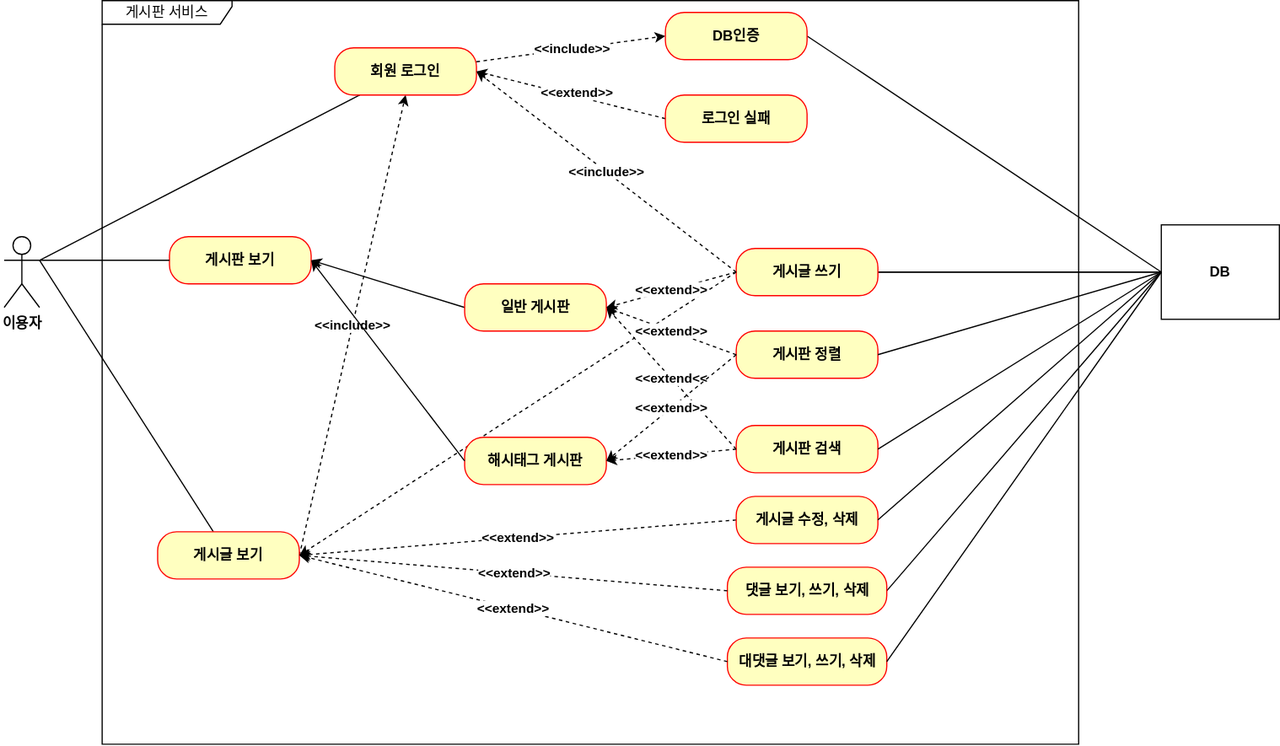
Above: document/use-case.svg in Junobee25/project-board (draw.io), before the change. Source tidied: cells renumbered, new cells last; positions are measured from the earlier drawing's top-left corner, leaving out a move shared by most shapes.
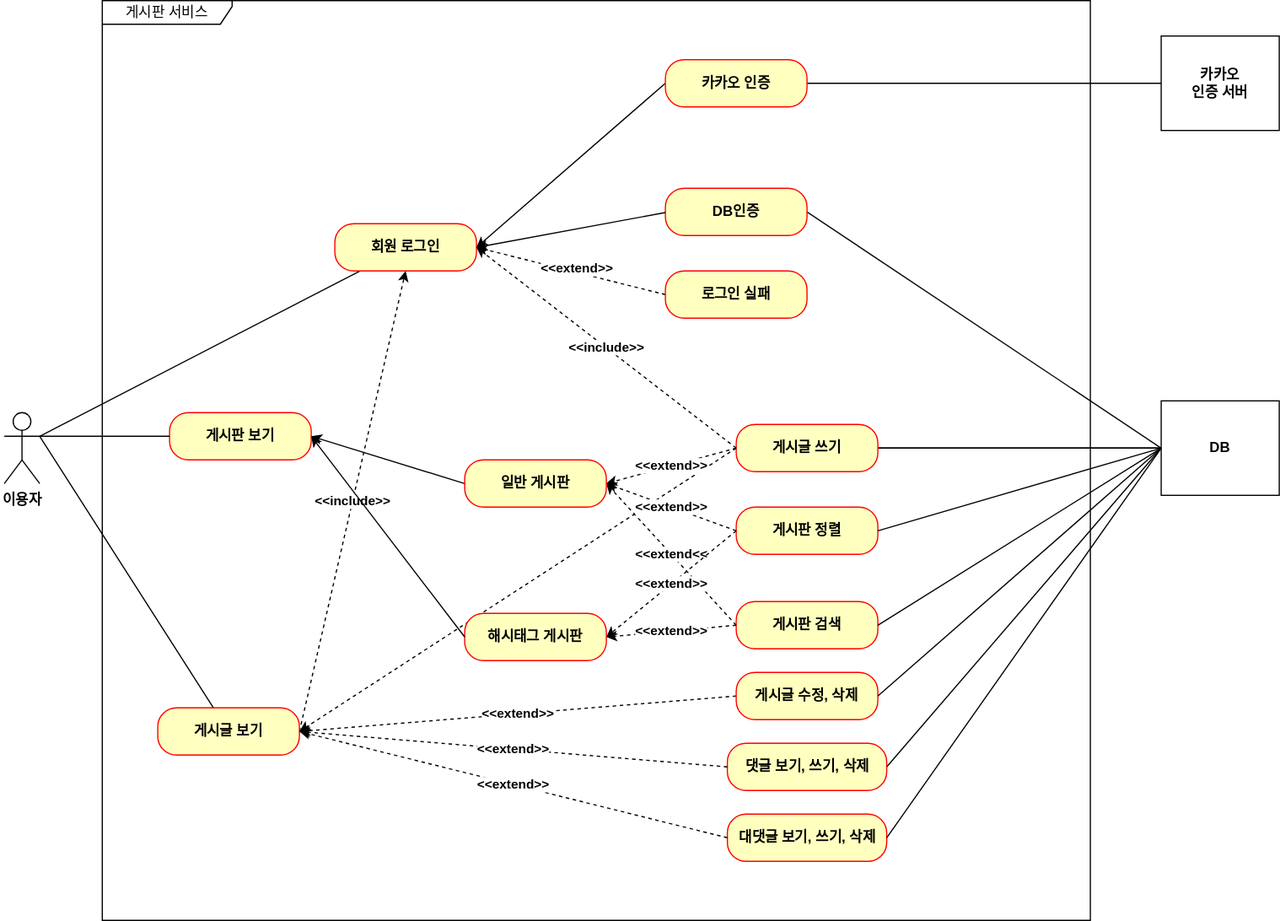
The same diagram one commit later.

Commit message:
#54 - use-case 카카오 인증 추가

Diff of the diagram source:
```diff
@@ -6,7 +6,7 @@
       <mxGeometry y="200" width="30" height="60" as="geometry" />
     </mxCell>
     <mxCell id="3" value="게시판 서비스" style="shape=umlFrame;whiteSpace=wrap;html=1;width=110;height=20;" parent="1" vertex="1">
-      <mxGeometry x="83" width="827" height="630" as="geometry" />
+      <mxGeometry x="83" y="-149" width="837" height="779" as="geometry" />
     </mxCell>
     <mxCell id="4" style="rounded=0;jettySize=auto;html=1;exitX=1;exitY=0.5;exitDx=0;exitDy=0;endArrow=none;endFill=0;" parent="1" edge="1" source="28">
       <mxGeometry relative="1" as="geometry">
@@ -34,9 +34,6 @@
         <mxPoint x="30" y="220" as="targetPoint" />
       </mxGeometry>
     </mxCell>
-    <mxCell id="10" value="&lt;b&gt;&amp;lt;&amp;lt;include&amp;gt;&amp;gt;&lt;/b&gt;" style="rounded=0;jettySize=auto;html=1;entryX=0;entryY=0.5;entryDx=0;entryDy=0;endArrow=classic;endFill=1;dashed=1;" parent="1" edge="1" source="11" target="13">
-      <mxGeometry relative="1" as="geometry" />
-    </mxCell>
     <mxCell id="11" value="&lt;b&gt;회원 로그인&lt;/b&gt;" style="rounded=1;whiteSpace=wrap;html=1;arcSize=40;fontColor=#000000;fillColor=#ffffc0;strokeColor=#ff0000;" parent="1" vertex="1">
       <mxGeometry x="280" y="40" width="120" height="40" as="geometry" />
     </mxCell>
@@ -159,5 +156,22 @@
         <mxPoint x="612.5" y="560" as="sourcePoint" />
       </mxGeometry>
     </mxCell>
+    <mxCell id="44" style="rounded=0;jettySize=auto;html=1;entryX=1;entryY=0.5;entryDx=0;entryDy=0;endArrow=none;endFill=0;" parent="1" edge="1" source="45" target="47">
+      <mxGeometry relative="1" as="geometry" />
+    </mxCell>
+    <mxCell id="45" value="카카오&lt;br&gt;인증 서버" style="html=1;whiteSpace=wrap;fontStyle=1;" parent="1" vertex="1">
+      <mxGeometry x="980" y="-119" width="100" height="80" as="geometry" />
+    </mxCell>
+    <mxCell id="46" style="rounded=0;jettySize=auto;html=1;entryX=1;entryY=0.5;entryDx=0;entryDy=0;exitX=0;exitY=0.5;exitDx=0;exitDy=0;" parent="1" edge="1" source="47" target="11">
+      <mxGeometry relative="1" as="geometry" />
+    </mxCell>
+    <mxCell id="47" value="&lt;b&gt;카카오 인증&lt;/b&gt;" style="rounded=1;whiteSpace=wrap;html=1;arcSize=40;fontColor=#000000;fillColor=#ffffc0;strokeColor=#ff0000;" parent="1" vertex="1">
+      <mxGeometry x="560" y="-99" width="120" height="40" as="geometry" />
+    </mxCell>
+    <mxCell id="48" style="rounded=0;jettySize=auto;html=1;entryX=1;entryY=0.5;entryDx=0;entryDy=0;exitX=0;exitY=0.5;exitDx=0;exitDy=0;" parent="1" edge="1" target="11">
+      <mxGeometry relative="1" as="geometry">
+        <mxPoint x="560" y="30.5" as="sourcePoint" />
+      </mxGeometry>
+    </mxCell>
   </root>
 </mxGraphModel>
```
